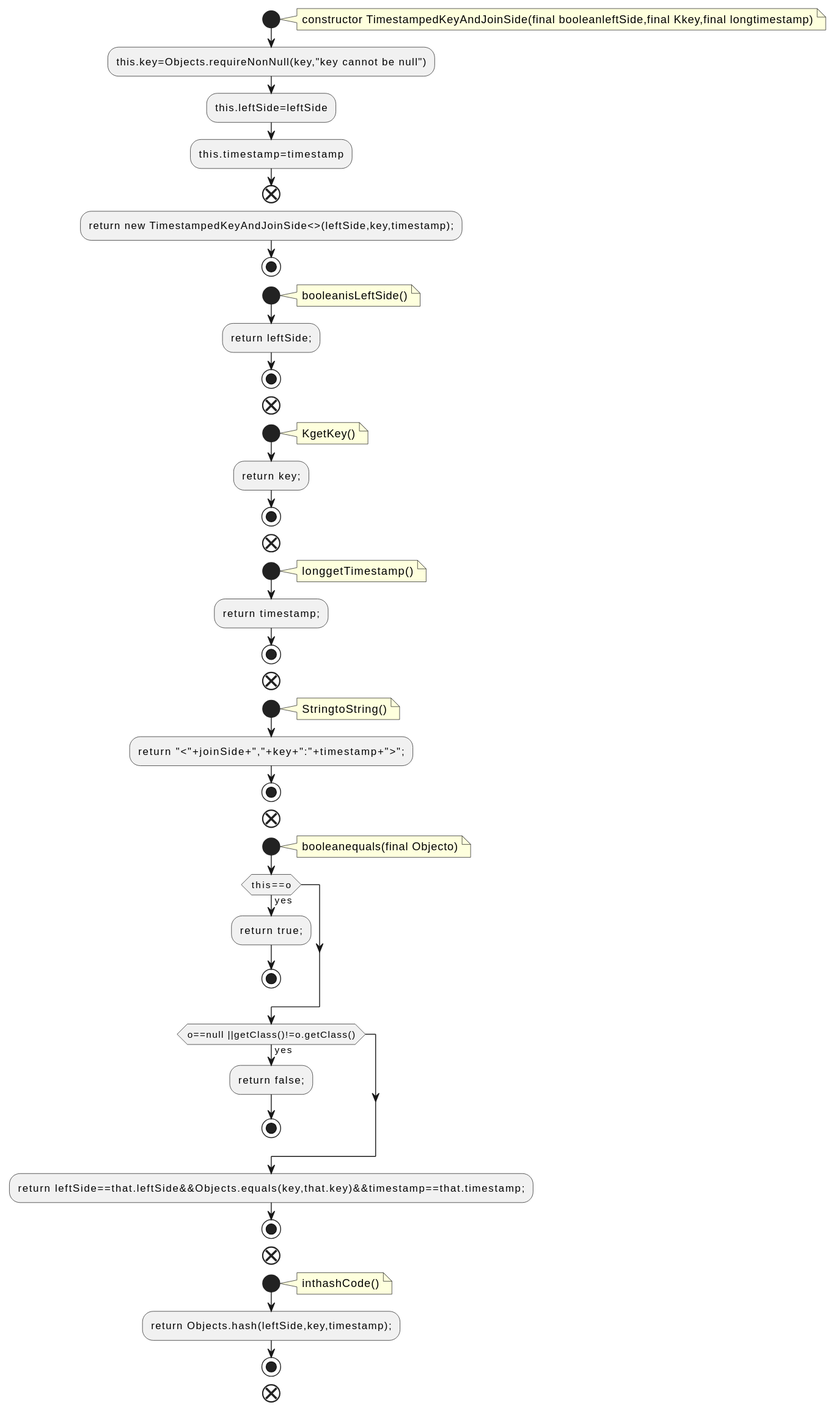
qualitesys/kafka keeps this PlantUML diagram as docs/qc/streams/src/main/java/org/apache/kafka/streams/state/internals/TimestampedKeyAndJoinSide.java.fct.svg. Above is the earlier version.
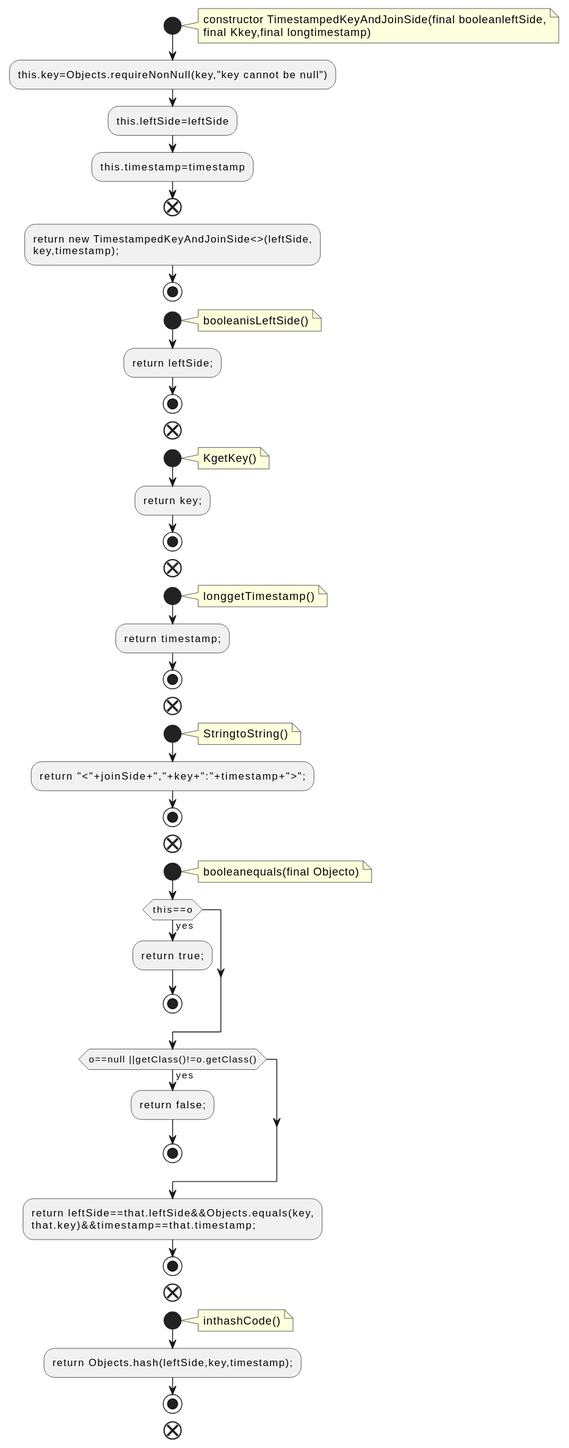
After the commit.

What changed in the source:
```diff
@@ -2,13 +2,15 @@
 !pragma layout smetana
 start
 note right
-constructor TimestampedKeyAndJoinSide(final booleanleftSide,final Kkey,final longtimestamp)
+constructor TimestampedKeyAndJoinSide(final booleanleftSide,
+final Kkey,final longtimestamp)
 end note
 :this.key=Objects.requireNonNull(key,"key cannot be null");
 :this.leftSide=leftSide;
 :this.timestamp=timestamp;
 end
-:return new TimestampedKeyAndJoinSide<>(leftSide,key,timestamp);;
+:return new TimestampedKeyAndJoinSide<>(leftSide,
+key,timestamp);;
 stop
 start
 note right
@@ -50,7 +52,8 @@
 :return false;;
 stop
 endif
-:return leftSide==that.leftSide&&Objects.equals(key,that.key)&&timestamp==that.timestamp;;
+:return leftSide==that.leftSide&&Objects.equals(key,
+that.key)&&timestamp==that.timestamp;;
 stop
 end
 start
```
